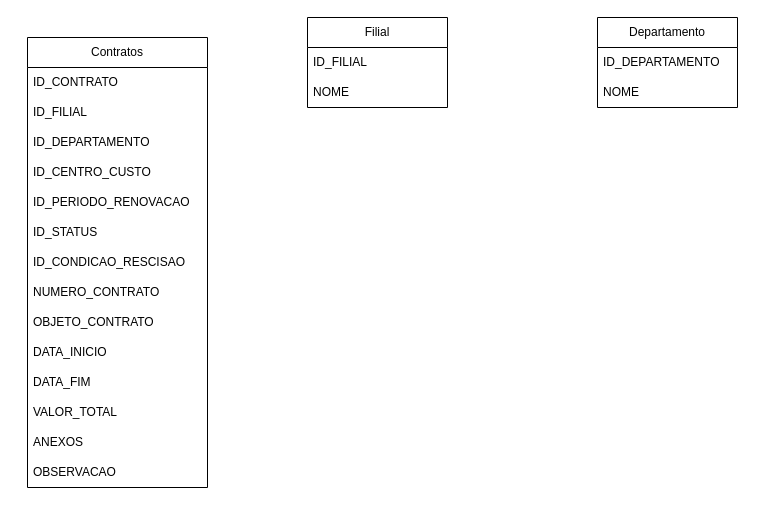
Above: contracts.drawio in lcardelli/fornecedores (draw.io), before the change. Source tidied: cells renumbered, new cells numbered last; positions are measured from the earlier drawing's top-left corner, leaving out a move shared by most shapes. Both pictures are drawn from the tidied source at 100%, with x=0, y=0 at pixel (27, 17).
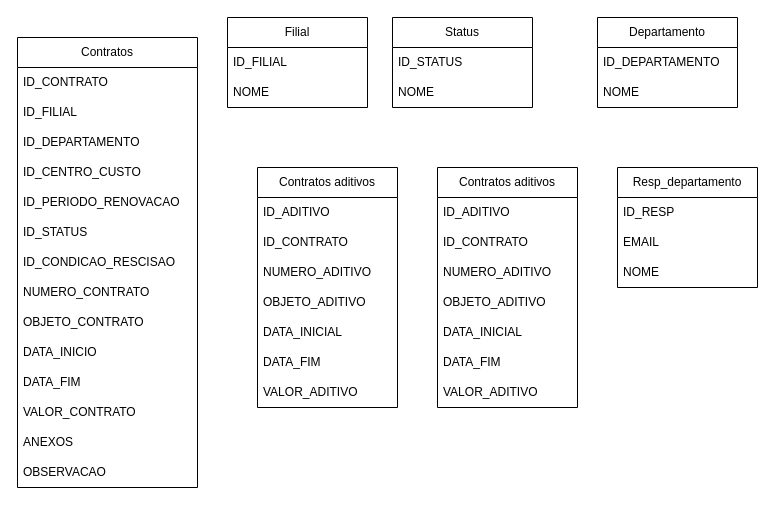
After the change.

What changed in the source:
```diff
@@
     <mxCell id="2" value="Contratos" style="swimlane;fontStyle=0;horizontal=1;startSize=30;whiteSpace=wrap;html=1;" parent="1" vertex="1">
-      <mxGeometry y="20" width="180" height="450" as="geometry" />
+      <mxGeometry x="-10" y="20" width="180" height="450" as="geometry" />
     </mxCell>
@@
-    <mxCell id="14" value="VALOR_TOTAL" style="text;strokeColor=none;fillColor=none;align=left;verticalAlign=middle;spacingLeft=4;spacingRight=4;overflow=hidden;whiteSpace=wrap;html=1;" parent="2" vertex="1">
+    <mxCell id="14" value="VALOR_CONTRATO" style="text;strokeColor=none;fillColor=none;align=left;verticalAlign=middle;spacingLeft=4;spacingRight=4;overflow=hidden;whiteSpace=wrap;html=1;" parent="2" vertex="1">
       <mxGeometry y="360" width="180" height="30" as="geometry" />
     </mxCell>
@@
     <mxCell id="17" value="Filial" style="swimlane;fontStyle=0;horizontal=1;startSize=30;whiteSpace=wrap;html=1;" parent="1" vertex="1">
-      <mxGeometry x="280" width="140" height="90" as="geometry" />
+      <mxGeometry x="200" width="140" height="90" as="geometry" />
     </mxCell>
@@
+    <mxCell id="23" value="Contratos aditivos" style="swimlane;fontStyle=0;horizontal=1;startSize=30;whiteSpace=wrap;html=1;" parent="1" vertex="1">
+      <mxGeometry x="230" y="150" width="140" height="240" as="geometry" />
+    </mxCell>
+    <mxCell id="24" value="ID_ADITIVO" style="text;strokeColor=none;fillColor=none;align=left;verticalAlign=middle;spacingLeft=4;spacingRight=4;overflow=hidden;whiteSpace=wrap;html=1;" parent="23" vertex="1">
+      <mxGeometry y="30" width="140" height="30" as="geometry" />
+    </mxCell>
+    <mxCell id="25" value="ID_CONTRATO" style="text;strokeColor=none;fillColor=none;align=left;verticalAlign=middle;spacingLeft=4;spacingRight=4;overflow=hidden;whiteSpace=wrap;html=1;" parent="23" vertex="1">
+      <mxGeometry y="60" width="140" height="30" as="geometry" />
+    </mxCell>
+    <mxCell id="26" value="NUMERO_ADITIVO" style="text;strokeColor=none;fillColor=none;align=left;verticalAlign=middle;spacingLeft=4;spacingRight=4;overflow=hidden;whiteSpace=wrap;html=1;" parent="23" vertex="1">
+      <mxGeometry y="90" width="140" height="30" as="geometry" />
+    </mxCell>
+    <mxCell id="27" value="OBJETO_ADITIVO" style="text;strokeColor=none;fillColor=none;align=left;verticalAlign=middle;spacingLeft=4;spacingRight=4;overflow=hidden;whiteSpace=wrap;html=1;" parent="23" vertex="1">
+      <mxGeometry y="120" width="140" height="30" as="geometry" />
+    </mxCell>
+    <mxCell id="28" value="DATA_INICIAL" style="text;strokeColor=none;fillColor=none;align=left;verticalAlign=middle;spacingLeft=4;spacingRight=4;overflow=hidden;whiteSpace=wrap;html=1;" parent="23" vertex="1">
+      <mxGeometry y="150" width="140" height="30" as="geometry" />
+    </mxCell>
+    <mxCell id="29" value="DATA_FIM" style="text;strokeColor=none;fillColor=none;align=left;verticalAlign=middle;spacingLeft=4;spacingRight=4;overflow=hidden;whiteSpace=wrap;html=1;" parent="23" vertex="1">
+      <mxGeometry y="180" width="140" height="30" as="geometry" />
+    </mxCell>
+    <mxCell id="30" value="VALOR_ADITIVO" style="text;strokeColor=none;fillColor=none;align=left;verticalAlign=middle;spacingLeft=4;spacingRight=4;overflow=hidden;whiteSpace=wrap;html=1;" parent="23" vertex="1">
+      <mxGeometry y="210" width="140" height="30" as="geometry" />
+    </mxCell>
+    <mxCell id="31" value="Status" style="swimlane;fontStyle=0;horizontal=1;startSize=30;whiteSpace=wrap;html=1;" parent="1" vertex="1">
+      <mxGeometry x="365" width="140" height="90" as="geometry" />
+    </mxCell>
+    <mxCell id="32" value="ID_STATUS" style="text;strokeColor=none;fillColor=none;align=left;verticalAlign=middle;spacingLeft=4;spacingRight=4;overflow=hidden;whiteSpace=wrap;html=1;" parent="31" vertex="1">
+      <mxGeometry y="30" width="140" height="30" as="geometry" />
+    </mxCell>
+    <mxCell id="33" value="NOME" style="text;strokeColor=none;fillColor=none;align=left;verticalAlign=middle;spacingLeft=4;spacingRight=4;overflow=hidden;whiteSpace=wrap;html=1;" parent="31" vertex="1">
+      <mxGeometry y="60" width="140" height="30" as="geometry" />
+    </mxCell>
+    <mxCell id="34" value="Contratos aditivos" style="swimlane;fontStyle=0;horizontal=1;startSize=30;whiteSpace=wrap;html=1;" parent="1" vertex="1">
+      <mxGeometry x="410" y="150" width="140" height="240" as="geometry" />
+    </mxCell>
+    <mxCell id="35" value="ID_ADITIVO" style="text;strokeColor=none;fillColor=none;align=left;verticalAlign=middle;spacingLeft=4;spacingRight=4;overflow=hidden;whiteSpace=wrap;html=1;" parent="34" vertex="1">
+      <mxGeometry y="30" width="140" height="30" as="geometry" />
+    </mxCell>
+    <mxCell id="36" value="ID_CONTRATO" style="text;strokeColor=none;fillColor=none;align=left;verticalAlign=middle;spacingLeft=4;spacingRight=4;overflow=hidden;whiteSpace=wrap;html=1;" parent="34" vertex="1">
+      <mxGeometry y="60" width="140" height="30" as="geometry" />
+    </mxCell>
+    <mxCell id="37" value="NUMERO_ADITIVO" style="text;strokeColor=none;fillColor=none;align=left;verticalAlign=middle;spacingLeft=4;spacingRight=4;overflow=hidden;whiteSpace=wrap;html=1;" parent="34" vertex="1">
+      <mxGeometry y="90" width="140" height="30" as="geometry" />
+    </mxCell>
+    <mxCell id="38" value="OBJETO_ADITIVO" style="text;strokeColor=none;fillColor=none;align=left;verticalAlign=middle;spacingLeft=4;spacingRight=4;overflow=hidden;whiteSpace=wrap;html=1;" parent="34" vertex="1">
+      <mxGeometry y="120" width="140" height="30" as="geometry" />
+    </mxCell>
+    <mxCell id="39" value="DATA_INICIAL" style="text;strokeColor=none;fillColor=none;align=left;verticalAlign=middle;spacingLeft=4;spacingRight=4;overflow=hidden;whiteSpace=wrap;html=1;" parent="34" vertex="1">
+      <mxGeometry y="150" width="140" height="30" as="geometry" />
+    </mxCell>
+    <mxCell id="40" value="DATA_FIM" style="text;strokeColor=none;fillColor=none;align=left;verticalAlign=middle;spacingLeft=4;spacingRight=4;overflow=hidden;whiteSpace=wrap;html=1;" parent="34" vertex="1">
+      <mxGeometry y="180" width="140" height="30" as="geometry" />
+    </mxCell>
+    <mxCell id="41" value="VALOR_ADITIVO" style="text;strokeColor=none;fillColor=none;align=left;verticalAlign=middle;spacingLeft=4;spacingRight=4;overflow=hidden;whiteSpace=wrap;html=1;" parent="34" vertex="1">
+      <mxGeometry y="210" width="140" height="30" as="geometry" />
+    </mxCell>
+    <mxCell id="42" value="Resp_departamento" style="swimlane;fontStyle=0;horizontal=1;startSize=30;whiteSpace=wrap;html=1;" parent="1" vertex="1">
+      <mxGeometry x="590" y="150" width="140" height="120" as="geometry" />
+    </mxCell>
+    <mxCell id="43" value="ID_RESP" style="text;strokeColor=none;fillColor=none;align=left;verticalAlign=middle;spacingLeft=4;spacingRight=4;overflow=hidden;whiteSpace=wrap;html=1;" parent="42" vertex="1">
+      <mxGeometry y="30" width="140" height="30" as="geometry" />
+    </mxCell>
+    <mxCell id="44" value="EMAIL" style="text;strokeColor=none;fillColor=none;align=left;verticalAlign=middle;spacingLeft=4;spacingRight=4;overflow=hidden;whiteSpace=wrap;html=1;" parent="42" vertex="1">
+      <mxGeometry y="60" width="140" height="30" as="geometry" />
+    </mxCell>
+    <mxCell id="45" value="NOME" style="text;strokeColor=none;fillColor=none;align=left;verticalAlign=middle;spacingLeft=4;spacingRight=4;overflow=hidden;whiteSpace=wrap;html=1;" parent="42" vertex="1">
+      <mxGeometry y="90" width="140" height="30" as="geometry" />
+    </mxCell>
```
